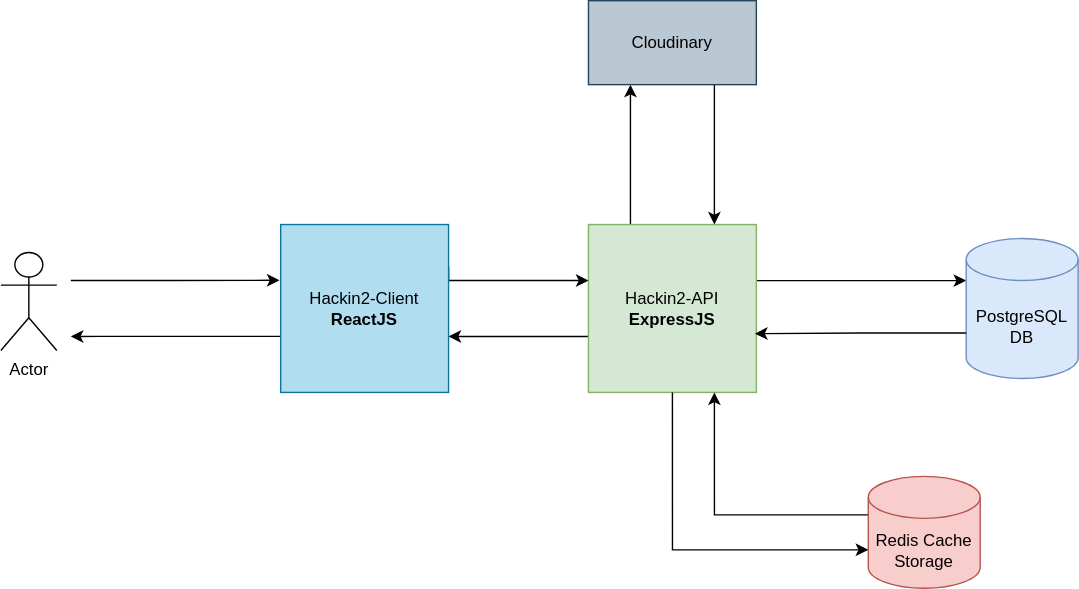
The draw.io diagram Hackin2 - Current infrastructure.drawio.svg in cammarb/hackin2-api, before a commit. Source tidied: cells renumbered, new cells last; positions are measured from the earlier drawing's top-left corner, leaving out a move shared by most shapes. The source it was exported from:
```xml
<mxGraphModel>
  <root>
    <mxCell id="0" />
    <mxCell id="1" parent="0" />
    <mxCell id="2" style="edgeStyle=orthogonalEdgeStyle;rounded=0;jettySize=auto;html=1;" parent="1" edge="1" source="5" target="8">
      <mxGeometry relative="1" as="geometry">
        <Array as="points">
          <mxPoint x="370" y="240" />
          <mxPoint x="370" y="240" />
        </Array>
      </mxGeometry>
    </mxCell>
    <mxCell id="3" style="edgeStyle=orthogonalEdgeStyle;rounded=0;jettySize=auto;html=1;exitX=0.25;exitY=0;exitDx=0;exitDy=0;entryX=0.25;entryY=1;entryDx=0;entryDy=0;" parent="1" edge="1" source="5" target="15">
      <mxGeometry relative="1" as="geometry" />
    </mxCell>
    <mxCell id="4" style="edgeStyle=orthogonalEdgeStyle;rounded=0;jettySize=auto;html=1;exitX=0.997;exitY=0.334;exitDx=0;exitDy=0;exitPerimeter=0;" parent="1" edge="1" source="5" target="9">
      <mxGeometry relative="1" as="geometry">
        <Array as="points">
          <mxPoint x="650" y="200" />
          <mxPoint x="650" y="200" />
        </Array>
      </mxGeometry>
    </mxCell>
    <mxCell id="5" value="&lt;div&gt;Hackin2-API&lt;/div&gt;&lt;div&gt;&lt;b&gt;ExpressJS&lt;/b&gt;&lt;br&gt;&lt;/div&gt;" style="whiteSpace=wrap;html=1;fillColor=#d5e8d4;strokeColor=#82b366;" parent="1" vertex="1">
      <mxGeometry x="420" y="160" width="120" height="120" as="geometry" />
    </mxCell>
    <mxCell id="6" style="edgeStyle=orthogonalEdgeStyle;rounded=0;jettySize=auto;html=1;exitX=1;exitY=0.25;exitDx=0;exitDy=0;" parent="1" edge="1" source="8" target="5">
      <mxGeometry relative="1" as="geometry">
        <Array as="points">
          <mxPoint x="320" y="200" />
        </Array>
      </mxGeometry>
    </mxCell>
    <mxCell id="7" style="edgeStyle=orthogonalEdgeStyle;rounded=0;jettySize=auto;html=1;exitX=-0.001;exitY=0.666;exitDx=0;exitDy=0;exitPerimeter=0;" parent="1" edge="1" source="8">
      <mxGeometry relative="1" as="geometry">
        <mxPoint x="50" y="240" as="targetPoint" />
        <Array as="points">
          <mxPoint x="70" y="240" />
          <mxPoint x="70" y="240" />
        </Array>
      </mxGeometry>
    </mxCell>
    <mxCell id="8" value="&lt;div&gt;Hackin2-Client&lt;/div&gt;&lt;div&gt;&lt;b&gt;ReactJS&lt;/b&gt;&lt;br&gt;&lt;/div&gt;" style="whiteSpace=wrap;html=1;fillColor=#b1ddf0;strokeColor=#10739e;" parent="1" vertex="1">
      <mxGeometry x="200" y="160" width="120" height="120" as="geometry" />
    </mxCell>
    <mxCell id="9" value="PostgreSQL DB" style="shape=cylinder3;whiteSpace=wrap;html=1;boundedLbl=1;backgroundOutline=1;size=15;fillColor=#dae8fc;strokeColor=#6c8ebf;" parent="1" vertex="1">
      <mxGeometry x="690" y="170" width="80" height="100" as="geometry" />
    </mxCell>
    <mxCell id="10" style="edgeStyle=orthogonalEdgeStyle;rounded=0;jettySize=auto;html=1;exitX=0;exitY=0;exitDx=0;exitDy=27.5;exitPerimeter=0;entryX=0.75;entryY=1;entryDx=0;entryDy=0;" parent="1" edge="1" source="11" target="5">
      <mxGeometry relative="1" as="geometry" />
    </mxCell>
    <mxCell id="11" value="Redis Cache Storage" style="shape=cylinder3;whiteSpace=wrap;html=1;boundedLbl=1;backgroundOutline=1;size=15;fillColor=#f8cecc;strokeColor=#b85450;" parent="1" vertex="1">
      <mxGeometry x="620" y="340" width="80" height="80" as="geometry" />
    </mxCell>
    <mxCell id="12" style="edgeStyle=orthogonalEdgeStyle;rounded=0;jettySize=auto;html=1;exitX=0.5;exitY=1;exitDx=0;exitDy=0;entryX=0;entryY=0;entryDx=0;entryDy=52.5;entryPerimeter=0;" parent="1" edge="1" source="5" target="11">
      <mxGeometry relative="1" as="geometry" />
    </mxCell>
    <mxCell id="13" style="edgeStyle=orthogonalEdgeStyle;rounded=0;jettySize=auto;html=1;exitX=0;exitY=0;exitDx=0;exitDy=67.5;exitPerimeter=0;entryX=0.992;entryY=0.65;entryDx=0;entryDy=0;entryPerimeter=0;" parent="1" edge="1" source="9" target="5">
      <mxGeometry relative="1" as="geometry" />
    </mxCell>
    <mxCell id="14" style="edgeStyle=orthogonalEdgeStyle;rounded=0;jettySize=auto;html=1;exitX=0.75;exitY=1;exitDx=0;exitDy=0;entryX=0.75;entryY=0;entryDx=0;entryDy=0;" parent="1" edge="1" source="15" target="5">
      <mxGeometry relative="1" as="geometry" />
    </mxCell>
    <mxCell id="15" value="Cloudinary" style="rounded=0;whiteSpace=wrap;html=1;fillColor=#bac8d3;strokeColor=#23445d;" parent="1" vertex="1">
      <mxGeometry x="420" width="120" height="60" as="geometry" />
    </mxCell>
    <mxCell id="16" style="edgeStyle=orthogonalEdgeStyle;rounded=0;jettySize=auto;html=1;entryX=-0.007;entryY=0.332;entryDx=0;entryDy=0;entryPerimeter=0;" parent="1" edge="1" target="8">
      <mxGeometry relative="1" as="geometry">
        <mxPoint x="50" y="200" as="sourcePoint" />
        <Array as="points">
          <mxPoint x="120" y="200" />
        </Array>
      </mxGeometry>
    </mxCell>
    <mxCell id="17" value="Actor" style="shape=umlActor;verticalLabelPosition=bottom;verticalAlign=top;html=1;" parent="1" vertex="1">
      <mxGeometry y="180" width="40" height="70" as="geometry" />
    </mxCell>
  </root>
</mxGraphModel>
```
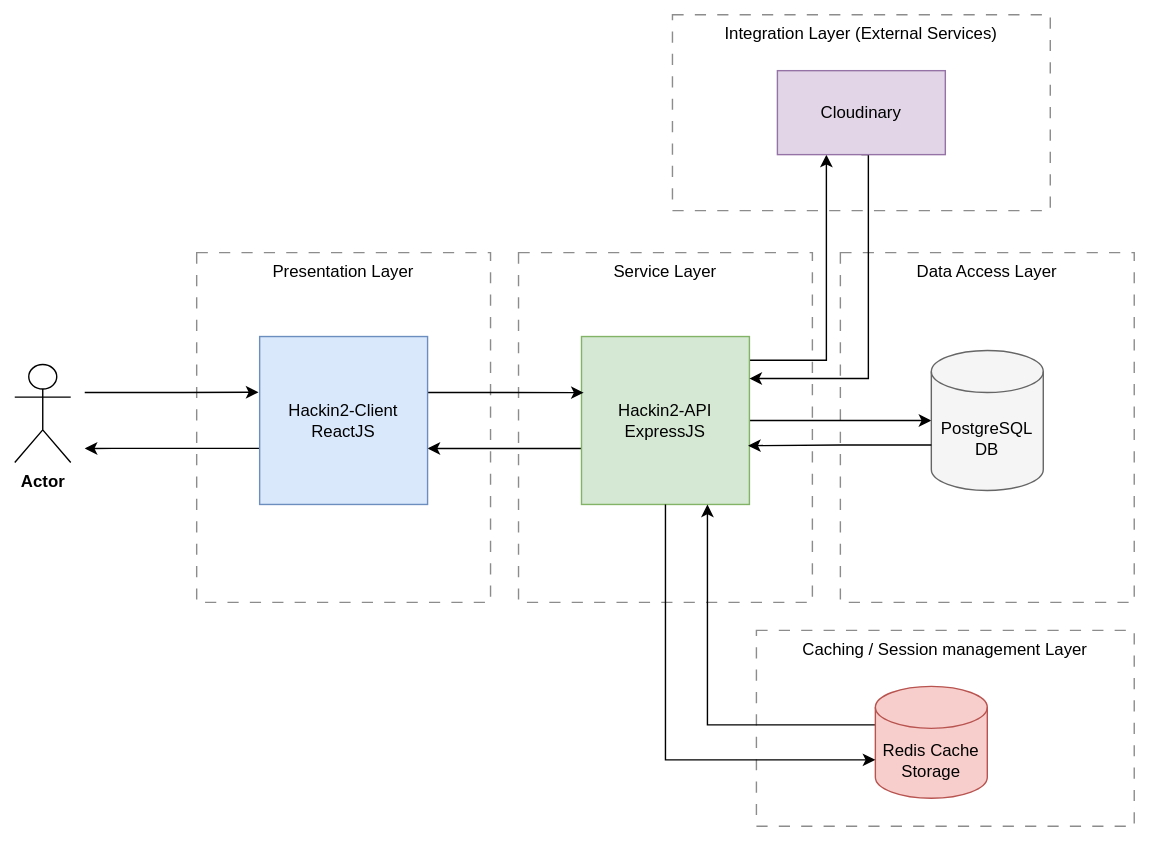
After the commit.

Change to the diagram source:
```diff
@@ -2,7 +2,22 @@
   <root>
     <mxCell id="0" />
     <mxCell id="1" parent="0" />
+    <mxCell id="18" value="Integration Layer (External Services)" style="rounded=0;whiteSpace=wrap;html=1;dashed=1;dashPattern=8 8;fillColor=none;verticalAlign=top;strokeColor=#8C8C8C;" parent="1" vertex="1">
+      <mxGeometry x="470" y="-70" width="270" height="140" as="geometry" />
+    </mxCell>
+    <mxCell id="19" value="Caching / Session management Layer" style="rounded=0;whiteSpace=wrap;html=1;dashed=1;dashPattern=8 8;fillColor=none;verticalAlign=top;strokeColor=#8C8C8C;" parent="1" vertex="1">
+      <mxGeometry x="530" y="370" width="270" height="140" as="geometry" />
+    </mxCell>
+    <mxCell id="20" value="Presentation Layer" style="rounded=0;whiteSpace=wrap;html=1;dashed=1;dashPattern=8 8;fillColor=none;verticalAlign=top;strokeColor=#8C8C8C;" parent="1" vertex="1">
+      <mxGeometry x="130" y="100" width="210" height="250" as="geometry" />
+    </mxCell>
+    <mxCell id="21" value="Service Layer" style="rounded=0;whiteSpace=wrap;html=1;dashed=1;dashPattern=8 8;fillColor=none;verticalAlign=top;strokeColor=#8C8C8C;" parent="1" vertex="1">
+      <mxGeometry x="360" y="100" width="210" height="250" as="geometry" />
+    </mxCell>
+    <mxCell id="22" value="Data Access Layer" style="rounded=0;whiteSpace=wrap;html=1;dashed=1;dashPattern=8 8;fillColor=none;verticalAlign=top;strokeColor=#8C8C8C;" parent="1" vertex="1">
+      <mxGeometry x="590" y="100" width="210" height="250" as="geometry" />
+    </mxCell>
-    <mxCell id="2" style="edgeStyle=orthogonalEdgeStyle;rounded=0;jettySize=auto;html=1;" parent="1" edge="1" source="5" target="8">
+    <mxCell id="2" style="edgeStyle=orthogonalEdgeStyle;rounded=0;jettySize=auto;html=1;fontStyle=1;" parent="1" edge="1" source="5" target="8">
       <mxGeometry relative="1" as="geometry">
         <Array as="points">
           <mxPoint x="370" y="240" />
@@ -10,28 +25,28 @@
         </Array>
       </mxGeometry>
     </mxCell>
-    <mxCell id="3" style="edgeStyle=orthogonalEdgeStyle;rounded=0;jettySize=auto;html=1;exitX=0.25;exitY=0;exitDx=0;exitDy=0;entryX=0.25;entryY=1;entryDx=0;entryDy=0;" parent="1" edge="1" source="5" target="15">
-      <mxGeometry relative="1" as="geometry" />
+    <mxCell id="3" style="edgeStyle=orthogonalEdgeStyle;rounded=0;jettySize=auto;html=1;exitX=0.997;exitY=0.141;exitDx=0;exitDy=0;fontStyle=1;exitPerimeter=0;" parent="1" edge="1" source="5" target="15">
+      <mxGeometry relative="1" as="geometry">
+        <Array as="points">
+          <mxPoint x="580" y="177" />
+        </Array>
+      </mxGeometry>
     </mxCell>
-    <mxCell id="4" style="edgeStyle=orthogonalEdgeStyle;rounded=0;jettySize=auto;html=1;exitX=0.997;exitY=0.334;exitDx=0;exitDy=0;exitPerimeter=0;" parent="1" edge="1" source="5" target="9">
+    <mxCell id="4" style="edgeStyle=orthogonalEdgeStyle;rounded=0;jettySize=auto;html=1;exitX=1;exitY=0.5;exitDx=0;exitDy=0;fontStyle=1;" parent="1" edge="1" source="5" target="9">
       <mxGeometry relative="1" as="geometry">
         <Array as="points">
-          <mxPoint x="650" y="200" />
-          <mxPoint x="650" y="200" />
+          <mxPoint x="590" y="220" />
+          <mxPoint x="590" y="220" />
         </Array>
       </mxGeometry>
     </mxCell>
-    <mxCell id="5" value="&lt;div&gt;Hackin2-API&lt;/div&gt;&lt;div&gt;&lt;b&gt;ExpressJS&lt;/b&gt;&lt;br&gt;&lt;/div&gt;" style="whiteSpace=wrap;html=1;fillColor=#d5e8d4;strokeColor=#82b366;" parent="1" vertex="1">
-      <mxGeometry x="420" y="160" width="120" height="120" as="geometry" />
+    <mxCell id="5" value="Hackin2-API ExpressJS" style="whiteSpace=wrap;html=1;fillColor=#d5e8d4;strokeColor=#82b366;fontColor=#000000;" parent="1" vertex="1">
+      <mxGeometry x="405" y="160" width="120" height="120" as="geometry" />
     </mxCell>
-    <mxCell id="6" style="edgeStyle=orthogonalEdgeStyle;rounded=0;jettySize=auto;html=1;exitX=1;exitY=0.25;exitDx=0;exitDy=0;" parent="1" edge="1" source="8" target="5">
-      <mxGeometry relative="1" as="geometry">
-        <Array as="points">
-          <mxPoint x="320" y="200" />
-        </Array>
-      </mxGeometry>
+    <mxCell id="6" style="edgeStyle=orthogonalEdgeStyle;rounded=0;jettySize=auto;html=1;exitX=1;exitY=0.333;exitDx=0;exitDy=0;fontStyle=1;exitPerimeter=0;entryX=0.013;entryY=0.334;entryDx=0;entryDy=0;entryPerimeter=0;" parent="1" edge="1" source="8" target="5">
+      <mxGeometry relative="1" as="geometry" />
     </mxCell>
-    <mxCell id="7" style="edgeStyle=orthogonalEdgeStyle;rounded=0;jettySize=auto;html=1;exitX=-0.001;exitY=0.666;exitDx=0;exitDy=0;exitPerimeter=0;" parent="1" edge="1" source="8">
+    <mxCell id="7" style="edgeStyle=orthogonalEdgeStyle;rounded=0;jettySize=auto;html=1;exitX=-0.001;exitY=0.666;exitDx=0;exitDy=0;exitPerimeter=0;fontStyle=1;" parent="1" edge="1" source="8">
       <mxGeometry relative="1" as="geometry">
         <mxPoint x="50" y="240" as="targetPoint" />
         <Array as="points">
@@ -40,31 +55,36 @@
         </Array>
       </mxGeometry>
     </mxCell>
-    <mxCell id="8" value="&lt;div&gt;Hackin2-Client&lt;/div&gt;&lt;div&gt;&lt;b&gt;ReactJS&lt;/b&gt;&lt;br&gt;&lt;/div&gt;" style="whiteSpace=wrap;html=1;fillColor=#b1ddf0;strokeColor=#10739e;" parent="1" vertex="1">
-      <mxGeometry x="200" y="160" width="120" height="120" as="geometry" />
+    <mxCell id="8" value="Hackin2-Client ReactJS" style="whiteSpace=wrap;html=1;fillColor=#dae8fc;strokeColor=#6c8ebf;fontColor=#000000;" parent="1" vertex="1">
+      <mxGeometry x="175" y="160" width="120" height="120" as="geometry" />
     </mxCell>
-    <mxCell id="9" value="PostgreSQL DB" style="shape=cylinder3;whiteSpace=wrap;html=1;boundedLbl=1;backgroundOutline=1;size=15;fillColor=#dae8fc;strokeColor=#6c8ebf;" parent="1" vertex="1">
-      <mxGeometry x="690" y="170" width="80" height="100" as="geometry" />
+    <mxCell id="9" value="PostgreSQL DB" style="shape=cylinder3;whiteSpace=wrap;html=1;boundedLbl=1;backgroundOutline=1;size=15;fillColor=#f5f5f5;strokeColor=#666666;fontColor=#000000;" parent="1" vertex="1">
+      <mxGeometry x="655" y="170" width="80" height="100" as="geometry" />
     </mxCell>
-    <mxCell id="10" style="edgeStyle=orthogonalEdgeStyle;rounded=0;jettySize=auto;html=1;exitX=0;exitY=0;exitDx=0;exitDy=27.5;exitPerimeter=0;entryX=0.75;entryY=1;entryDx=0;entryDy=0;" parent="1" edge="1" source="11" target="5">
+    <mxCell id="10" style="edgeStyle=orthogonalEdgeStyle;rounded=0;jettySize=auto;html=1;exitX=0;exitY=0;exitDx=0;exitDy=27.5;exitPerimeter=0;entryX=0.75;entryY=1;entryDx=0;entryDy=0;fontStyle=1;" parent="1" edge="1" source="11" target="5">
       <mxGeometry relative="1" as="geometry" />
     </mxCell>
-    <mxCell id="11" value="Redis Cache Storage" style="shape=cylinder3;whiteSpace=wrap;html=1;boundedLbl=1;backgroundOutline=1;size=15;fillColor=#f8cecc;strokeColor=#b85450;" parent="1" vertex="1">
-      <mxGeometry x="620" y="340" width="80" height="80" as="geometry" />
+    <mxCell id="11" value="Redis Cache Storage" style="shape=cylinder3;whiteSpace=wrap;html=1;boundedLbl=1;backgroundOutline=1;size=15;fillColor=#f8cecc;strokeColor=#b85450;fontColor=#000000;" parent="1" vertex="1">
+      <mxGeometry x="615" y="410" width="80" height="80" as="geometry" />
     </mxCell>
-    <mxCell id="12" style="edgeStyle=orthogonalEdgeStyle;rounded=0;jettySize=auto;html=1;exitX=0.5;exitY=1;exitDx=0;exitDy=0;entryX=0;entryY=0;entryDx=0;entryDy=52.5;entryPerimeter=0;" parent="1" edge="1" source="5" target="11">
+    <mxCell id="12" style="edgeStyle=orthogonalEdgeStyle;rounded=0;jettySize=auto;html=1;exitX=0.5;exitY=1;exitDx=0;exitDy=0;entryX=0;entryY=0;entryDx=0;entryDy=52.5;entryPerimeter=0;fontStyle=1;" parent="1" edge="1" source="5" target="11">
       <mxGeometry relative="1" as="geometry" />
     </mxCell>
-    <mxCell id="13" style="edgeStyle=orthogonalEdgeStyle;rounded=0;jettySize=auto;html=1;exitX=0;exitY=0;exitDx=0;exitDy=67.5;exitPerimeter=0;entryX=0.992;entryY=0.65;entryDx=0;entryDy=0;entryPerimeter=0;" parent="1" edge="1" source="9" target="5">
+    <mxCell id="13" style="edgeStyle=orthogonalEdgeStyle;rounded=0;jettySize=auto;html=1;exitX=0;exitY=0;exitDx=0;exitDy=67.5;exitPerimeter=0;entryX=0.992;entryY=0.65;entryDx=0;entryDy=0;entryPerimeter=0;fontStyle=1;" parent="1" edge="1" source="9" target="5">
       <mxGeometry relative="1" as="geometry" />
     </mxCell>
-    <mxCell id="14" style="edgeStyle=orthogonalEdgeStyle;rounded=0;jettySize=auto;html=1;exitX=0.75;exitY=1;exitDx=0;exitDy=0;entryX=0.75;entryY=0;entryDx=0;entryDy=0;" parent="1" edge="1" source="15" target="5">
-      <mxGeometry relative="1" as="geometry" />
+    <mxCell id="14" style="edgeStyle=orthogonalEdgeStyle;rounded=0;jettySize=auto;html=1;exitX=0.5;exitY=1;exitDx=0;exitDy=0;entryX=1;entryY=0.25;entryDx=0;entryDy=0;fontStyle=1;" parent="1" edge="1" source="15" target="5">
+      <mxGeometry relative="1" as="geometry">
+        <Array as="points">
+          <mxPoint x="610" y="30" />
+          <mxPoint x="610" y="190" />
+        </Array>
+      </mxGeometry>
     </mxCell>
-    <mxCell id="15" value="Cloudinary" style="rounded=0;whiteSpace=wrap;html=1;fillColor=#bac8d3;strokeColor=#23445d;" parent="1" vertex="1">
-      <mxGeometry x="420" width="120" height="60" as="geometry" />
+    <mxCell id="15" value="Cloudinary" style="rounded=0;whiteSpace=wrap;html=1;fillColor=#e1d5e7;strokeColor=#9673a6;fontColor=#000000;" parent="1" vertex="1">
+      <mxGeometry x="545" y="-30" width="120" height="60" as="geometry" />
     </mxCell>
-    <mxCell id="16" style="edgeStyle=orthogonalEdgeStyle;rounded=0;jettySize=auto;html=1;entryX=-0.007;entryY=0.332;entryDx=0;entryDy=0;entryPerimeter=0;" parent="1" edge="1" target="8">
+    <mxCell id="16" style="edgeStyle=orthogonalEdgeStyle;rounded=0;jettySize=auto;html=1;entryX=-0.007;entryY=0.332;entryDx=0;entryDy=0;entryPerimeter=0;fontStyle=1;" parent="1" edge="1" target="8">
       <mxGeometry relative="1" as="geometry">
         <mxPoint x="50" y="200" as="sourcePoint" />
         <Array as="points">
@@ -72,7 +92,7 @@
         </Array>
       </mxGeometry>
     </mxCell>
-    <mxCell id="17" value="Actor" style="shape=umlActor;verticalLabelPosition=bottom;verticalAlign=top;html=1;" parent="1" vertex="1">
+    <mxCell id="17" value="Actor" style="shape=umlActor;verticalLabelPosition=bottom;verticalAlign=top;html=1;fillStyle=solid;fontStyle=1;" parent="1" vertex="1">
       <mxGeometry y="180" width="40" height="70" as="geometry" />
     </mxCell>
   </root>
```
